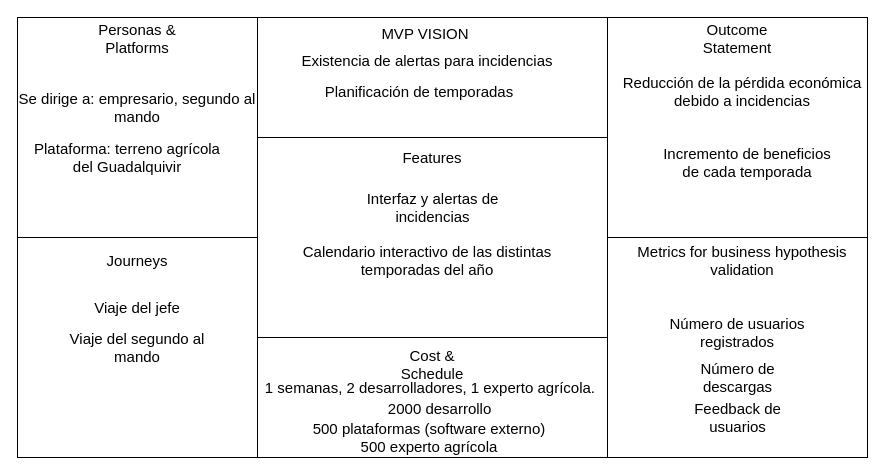
Before: Canvas MVP4.drawio in iarrans/psg1practicas, a draw.io diagram. Source tidied: cells renumbered, new cells numbered last; positions are measured from the earlier drawing's top-left corner, leaving out a move shared by most shapes. Both pictures are drawn from the tidied source at 100%, with x=0, y=0 at pixel (17, 17).
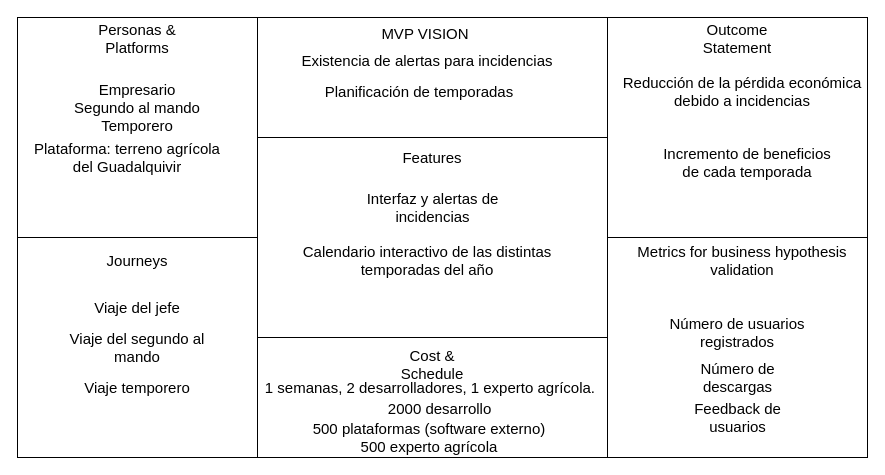
The same diagram, later.

The edit, as a diff of the source:
```diff
@@
-    <mxCell id="16" value="Se dirige a: empresario, segundo al mando" style="text;html=1;strokeColor=none;fillColor=none;align=center;verticalAlign=middle;whiteSpace=wrap;rounded=0;fontSize=15;" parent="1" vertex="1">
+    <mxCell id="16" value="Empresario&lt;br&gt;Segundo al mando&lt;br&gt;Temporero" style="text;html=1;strokeColor=none;fillColor=none;align=center;verticalAlign=middle;whiteSpace=wrap;rounded=0;fontSize=15;" parent="1" vertex="1">
       <mxGeometry y="80" width="240" height="20" as="geometry" />
     </mxCell>
@@
+    <mxCell id="32" value="Viaje temporero" style="text;html=1;strokeColor=none;fillColor=none;align=center;verticalAlign=middle;whiteSpace=wrap;rounded=0;fontSize=15;" parent="1" vertex="1">
+      <mxGeometry x="50" y="360" width="140" height="20" as="geometry" />
+    </mxCell>
```
